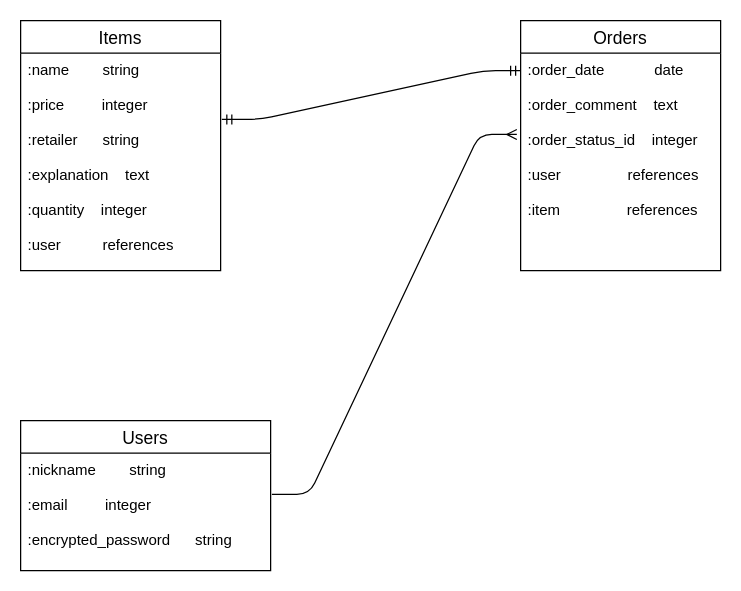
This is nanaeatsER.dio from takonushi/nanaeats, a draw.io file, before an edit. Source tidied: cells renumbered, new cells numbered last; positions are measured from the earlier drawing's top-left corner, leaving out a move shared by most shapes. Both pictures are drawn from the tidied source at 125%, with x=0, y=0 at pixel (20, 20).
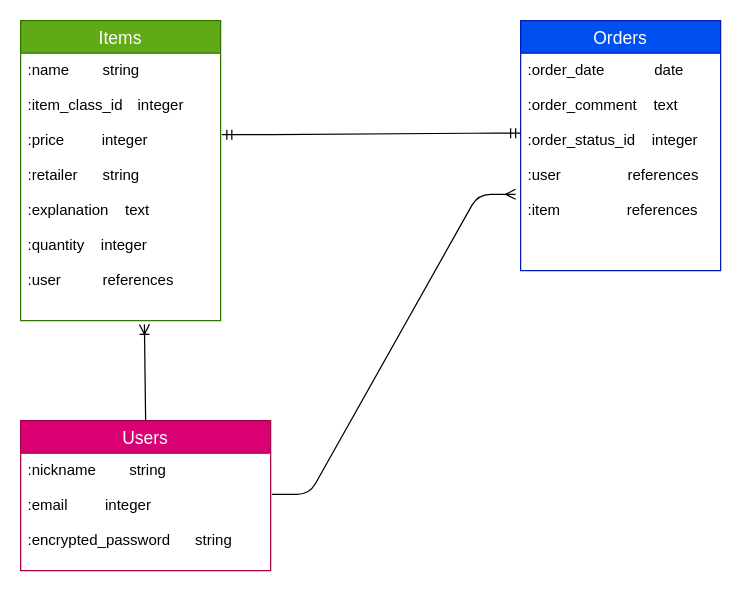
Above is the later version.

The edit, as a diff of the source:
```diff
@@
 <mxGraphModel>
   <root>
     <mxCell id="0" />
     <mxCell id="1" parent="0" />
-    <mxCell id="2" value="Items" style="swimlane;fontStyle=0;horizontal=1;startSize=26;align=center;fontSize=14;" parent="1" vertex="1">
-      <mxGeometry width="160" height="200" as="geometry" />
+    <mxCell id="2" value="Items" style="swimlane;fontStyle=0;horizontal=1;startSize=26;align=center;fontSize=14;fillColor=#60a917;fontColor=#ffffff;strokeColor=#2D7600;" parent="1" vertex="1">
+      <mxGeometry width="160" height="240" as="geometry" />
     </mxCell>
-    <mxCell id="3" value=":name        string&#10;&#10;:price         integer&#10;&#10;:retailer      string&#10;&#10;:explanation    text&#10;&#10;:quantity    integer&#10;&#10;:user          references" style="text;strokeColor=none;fillColor=none;spacingLeft=4;spacingRight=4;overflow=hidden;points=[[0,0.5],[1,0.5]];portConstraint=eastwest;fontSize=12;" parent="2" vertex="1">
-      <mxGeometry y="26" width="160" height="174" as="geometry" />
+    <mxCell id="3" value=":name        string&#10;&#10;:item_class_id　integer&#10;&#10;:price         integer&#10;&#10;:retailer      string&#10;&#10;:explanation    text&#10;&#10;:quantity    integer&#10;&#10;:user          references" style="text;strokeColor=none;fillColor=none;spacingLeft=4;spacingRight=4;overflow=hidden;points=[[0,0.5],[1,0.5]];portConstraint=eastwest;fontSize=12;" parent="2" vertex="1">
+      <mxGeometry y="26" width="160" height="214" as="geometry" />
     </mxCell>
-    <mxCell id="4" value="Users" style="swimlane;fontStyle=0;horizontal=1;startSize=26;align=center;fontSize=14;" parent="1" vertex="1">
+    <mxCell id="4" value="Users" style="swimlane;fontStyle=0;horizontal=1;startSize=26;align=center;fontSize=14;fillColor=#d80073;fontColor=#ffffff;strokeColor=#A50040;" parent="1" vertex="1">
       <mxGeometry y="320" width="200" height="120" as="geometry" />
     </mxCell>
     <mxCell id="5" value=":nickname        string&#10;&#10;:email         integer&#10;&#10;:encrypted_password      string&#10;" style="text;strokeColor=none;fillColor=none;spacingLeft=4;spacingRight=4;overflow=hidden;points=[[0,0.5],[1,0.5]];portConstraint=eastwest;fontSize=12;" parent="4" vertex="1">
       <mxGeometry y="26" width="200" height="94" as="geometry" />
     </mxCell>
-    <mxCell id="6" value="Orders" style="swimlane;fontStyle=0;horizontal=1;startSize=26;align=center;fontSize=14;" parent="1" vertex="1">
+    <mxCell id="6" value="Orders" style="swimlane;fontStyle=0;horizontal=1;startSize=26;align=center;fontSize=14;fillColor=#0050ef;fontColor=#ffffff;strokeColor=#001DBC;" parent="1" vertex="1">
       <mxGeometry x="400" width="160" height="200" as="geometry" />
     </mxCell>
     <mxCell id="7" value=":order_date            date&#10;&#10;:order_comment    text&#10;&#10;:order_status_id    integer&#10;&#10;:user                references&#10;&#10;:item                references&#10;" style="text;strokeColor=none;fillColor=none;spacingLeft=4;spacingRight=4;overflow=hidden;points=[[0,0.5],[1,0.5]];portConstraint=eastwest;fontSize=12;" parent="6" vertex="1">
       <mxGeometry y="26" width="160" height="174" as="geometry" />
     </mxCell>
-    <mxCell id="8" style="edgeStyle=entityRelationEdgeStyle;fontSize=12;html=1;endArrow=ERmany;exitX=1.005;exitY=0.351;exitDx=0;exitDy=0;exitPerimeter=0;entryX=-0.019;entryY=0.374;entryDx=0;entryDy=0;entryPerimeter=0;" parent="1" edge="1" source="5" target="7">
+    <mxCell id="8" style="edgeStyle=entityRelationEdgeStyle;fontSize=12;html=1;endArrow=ERmany;exitX=1.005;exitY=0.351;exitDx=0;exitDy=0;exitPerimeter=0;entryX=-0.025;entryY=0.649;entryDx=0;entryDy=0;entryPerimeter=0;" parent="1" edge="1" source="5" target="7">
       <mxGeometry relative="1" as="geometry" />
     </mxCell>
-    <mxCell id="9" style="edgeStyle=entityRelationEdgeStyle;fontSize=12;html=1;endArrow=ERmandOne;startArrow=ERmandOne;exitX=1.006;exitY=0.305;exitDx=0;exitDy=0;exitPerimeter=0;" parent="1" edge="1" source="3">
-      <mxGeometry relative="1" as="geometry">
-        <mxPoint x="400" y="40" as="targetPoint" />
-      </mxGeometry>
+    <mxCell id="9" style="edgeStyle=entityRelationEdgeStyle;fontSize=12;html=1;endArrow=ERmandOne;startArrow=ERmandOne;exitX=1.006;exitY=0.305;exitDx=0;exitDy=0;exitPerimeter=0;entryX=0;entryY=0.368;entryDx=0;entryDy=0;entryPerimeter=0;" parent="1" edge="1" source="3" target="7">
+      <mxGeometry relative="1" as="geometry" />
     </mxCell>
+    <mxCell id="10" style="endArrow=none;html=1;rounded=0;entryX=0.5;entryY=0;entryDx=0;entryDy=0;exitX=0.619;exitY=1.014;exitDx=0;exitDy=0;exitPerimeter=0;startArrow=ERoneToMany;startFill=0;" parent="1" edge="1" source="3" target="4">
+      <mxGeometry relative="1" as="geometry" />
+    </mxCell>
   </root>
 </mxGraphModel>
```
